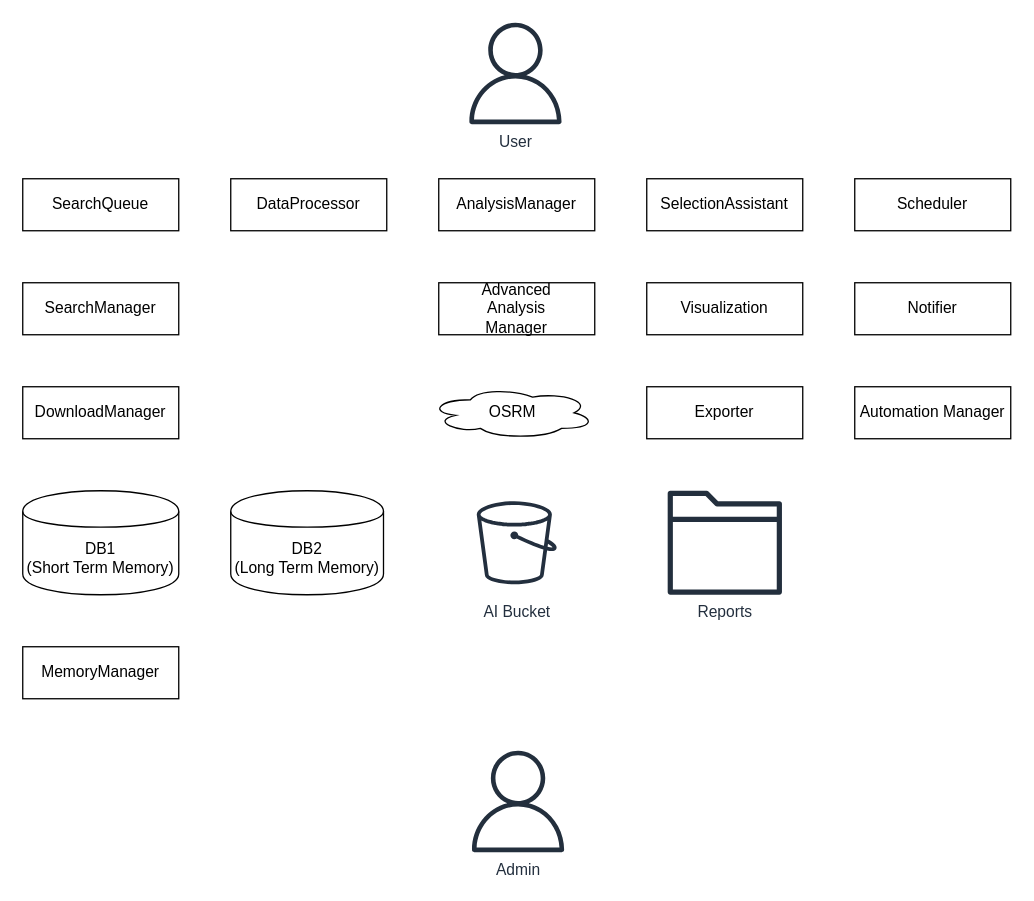
Earlier version of the draw.io diagram docs/estatesearch.drawio (CDMonsalveA/estateSearch). Source tidied: cells renumbered, new cells numbered last; positions are measured from the earlier drawing's top-left corner, leaving out a move shared by most shapes. Both pictures are drawn from the tidied source at 130%, with x=0, y=0 at pixel (22, 22).
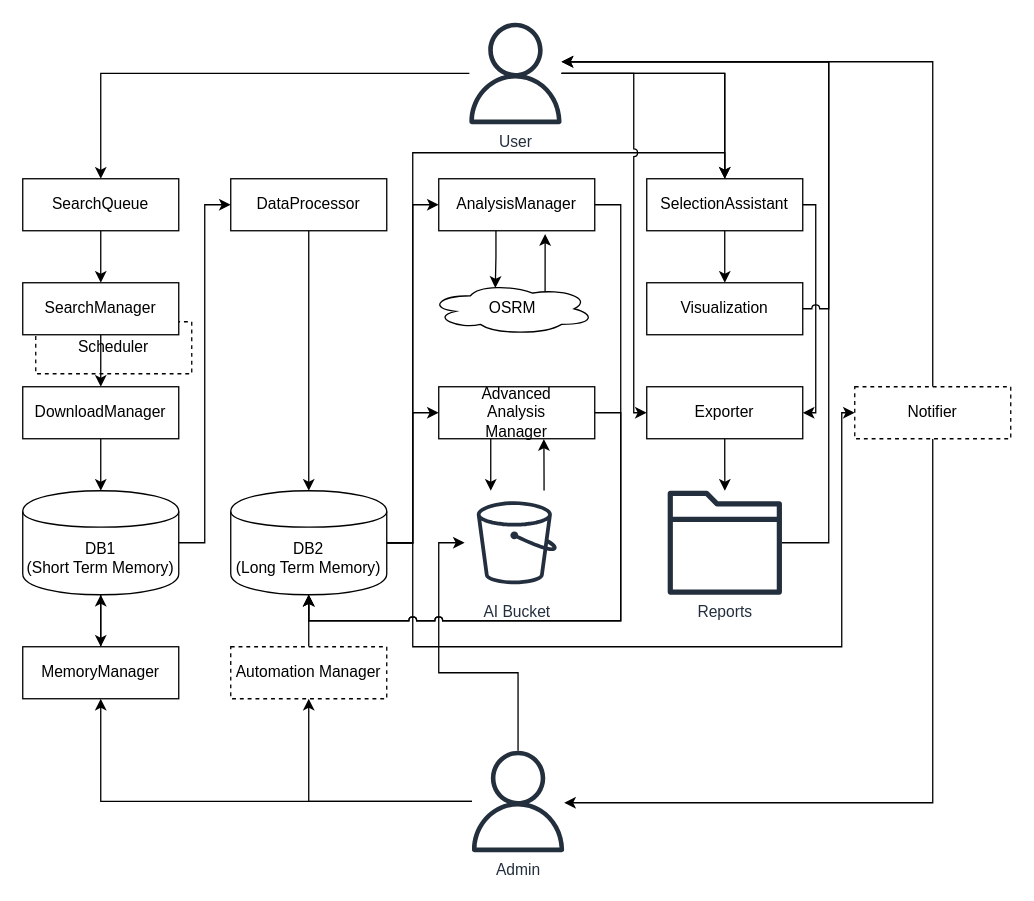
Above is the later version.

Unchanged cells that the change refers to:
```xml
<mxCell id="2" value="DB1&lt;div&gt;(Short Term Memory)&lt;/div&gt;" style="shape=cylinder;whiteSpace=wrap;html=1;boundedLbl=1;backgroundOutline=1;" parent="1" vertex="1">
  <mxGeometry y="360" width="120" height="80" as="geometry" />
</mxCell>
<mxCell id="4" value="User" style="sketch=0;outlineConnect=0;fontColor=#232F3E;gradientColor=none;fillColor=#232F3D;strokeColor=none;dashed=0;verticalLabelPosition=bottom;verticalAlign=top;align=center;html=1;fontSize=12;fontStyle=0;shape=mxgraph.aws4.user;" parent="1" vertex="1">
  <mxGeometry x="340" width="78" height="78" as="geometry" />
</mxCell>
<mxCell id="5" value="Admin" style="sketch=0;outlineConnect=0;fontColor=#232F3E;gradientColor=none;fillColor=#232F3D;strokeColor=none;dashed=0;verticalLabelPosition=bottom;verticalAlign=top;align=center;html=1;fontSize=12;fontStyle=0;shape=mxgraph.aws4.user;" parent="1" vertex="1">
  <mxGeometry x="342" y="560" width="78" height="78" as="geometry" />
</mxCell>
<mxCell id="7" value="SearchQueue" style="rounded=0;whiteSpace=wrap;html=1;" parent="1" vertex="1">
  <mxGeometry y="120" width="120" height="40" as="geometry" />
</mxCell>
<mxCell id="8" value="SearchManager" style="rounded=0;whiteSpace=wrap;html=1;" parent="1" vertex="1">
  <mxGeometry y="200" width="120" height="40" as="geometry" />
</mxCell>
<mxCell id="9" value="DownloadManager" style="rounded=0;whiteSpace=wrap;html=1;" parent="1" vertex="1">
  <mxGeometry y="280" width="120" height="40" as="geometry" />
</mxCell>
<mxCell id="10" value="AI Bucket" style="sketch=0;outlineConnect=0;fontColor=#232F3E;gradientColor=none;strokeColor=#232F3E;fillColor=#ffffff;dashed=0;verticalLabelPosition=bottom;verticalAlign=top;align=center;html=1;fontSize=12;fontStyle=0;shape=mxgraph.aws4.resourceIcon;resIcon=mxgraph.aws4.bucket;" parent="1" vertex="1">
  <mxGeometry x="340" y="360" width="80" height="80" as="geometry" />
</mxCell>
<mxCell id="11" value="DataProcessor" style="rounded=0;whiteSpace=wrap;html=1;" parent="1" vertex="1">
  <mxGeometry x="160" y="120" width="120" height="40" as="geometry" />
</mxCell>
<mxCell id="12" value="AnalysisManager" style="rounded=0;whiteSpace=wrap;html=1;" parent="1" vertex="1">
  <mxGeometry x="320" y="120" width="120" height="40" as="geometry" />
</mxCell>
<mxCell id="14" value="MemoryManager" style="rounded=0;whiteSpace=wrap;html=1;" parent="1" vertex="1">
  <mxGeometry y="480" width="120" height="40" as="geometry" />
</mxCell>
<mxCell id="15" value="SelectionAssistant" style="rounded=0;whiteSpace=wrap;html=1;" parent="1" vertex="1">
  <mxGeometry x="480" y="120" width="120" height="40" as="geometry" />
</mxCell>
<mxCell id="16" value="Visualization" style="rounded=0;whiteSpace=wrap;html=1;" parent="1" vertex="1">
  <mxGeometry x="480" y="200" width="120" height="40" as="geometry" />
</mxCell>
<mxCell id="17" value="Exporter" style="rounded=0;whiteSpace=wrap;html=1;" parent="1" vertex="1">
  <mxGeometry x="480" y="280" width="120" height="40" as="geometry" />
</mxCell>
<mxCell id="21" value="Reports" style="sketch=0;outlineConnect=0;fontColor=#232F3E;gradientColor=none;fillColor=#232F3D;strokeColor=none;dashed=0;verticalLabelPosition=bottom;verticalAlign=top;align=center;html=1;fontSize=12;fontStyle=0;shape=mxgraph.aws4.folder;" parent="1" vertex="1">
  <mxGeometry x="496.1" y="360" width="87.9" height="80" as="geometry" />
</mxCell>
```

Change to the diagram source:
```diff
@@
+    <mxCell id="18" value="Scheduler" style="rounded=0;whiteSpace=wrap;html=1;dashed=1;" parent="1" vertex="1">
+      <mxGeometry x="10" y="230" width="120" height="40" as="geometry" />
+    </mxCell>
+    <mxCell id="22" style="edgeStyle=orthogonalEdgeStyle;rounded=0;jettySize=auto;html=1;entryX=0;entryY=0.5;entryDx=0;entryDy=0;jumpStyle=arc;" parent="1" edge="1" source="2" target="11">
+      <mxGeometry relative="1" as="geometry" />
+    </mxCell>
+    <mxCell id="23" style="edgeStyle=orthogonalEdgeStyle;rounded=0;jettySize=auto;html=1;" parent="1" edge="1" source="2" target="14">
+      <mxGeometry relative="1" as="geometry" />
+    </mxCell>
@@
+    <mxCell id="24" style="edgeStyle=orthogonalEdgeStyle;rounded=0;jettySize=auto;html=1;entryX=0;entryY=0.5;entryDx=0;entryDy=0;strokeColor=default;jumpStyle=arc;" parent="1" edge="1" source="3" target="12">
+      <mxGeometry relative="1" as="geometry" />
+    </mxCell>
+    <mxCell id="25" style="edgeStyle=orthogonalEdgeStyle;rounded=0;jettySize=auto;html=1;entryX=0;entryY=0.5;entryDx=0;entryDy=0;" parent="1" edge="1" source="3" target="13">
+      <mxGeometry relative="1" as="geometry" />
+    </mxCell>
+    <mxCell id="26" style="edgeStyle=orthogonalEdgeStyle;rounded=0;jettySize=auto;html=1;entryX=0.5;entryY=0;entryDx=0;entryDy=0;jumpStyle=arc;" parent="1" edge="1" source="3" target="15">
+      <mxGeometry relative="1" as="geometry">
+        <Array as="points">
+          <mxPoint x="300" y="400" />
+          <mxPoint x="300" y="100" />
+          <mxPoint x="540" y="100" />
+        </Array>
+      </mxGeometry>
+    </mxCell>
+    <mxCell id="27" style="edgeStyle=orthogonalEdgeStyle;rounded=0;jettySize=auto;html=1;entryX=0;entryY=0.5;entryDx=0;entryDy=0;" parent="1" edge="1" source="3" target="19">
+      <mxGeometry relative="1" as="geometry">
+        <Array as="points">
+          <mxPoint x="300" y="400" />
+          <mxPoint x="300" y="480" />
+          <mxPoint x="630" y="480" />
+          <mxPoint x="630" y="300" />
+        </Array>
+      </mxGeometry>
+    </mxCell>
     <mxCell id="3" value="DB2&lt;div&gt;(Long Term Memory)&lt;/div&gt;" style="shape=cylinder;whiteSpace=wrap;html=1;boundedLbl=1;backgroundOutline=1;" parent="1" vertex="1">
-      <mxGeometry x="160" y="360" width="117.5" height="80" as="geometry" />
+      <mxGeometry x="160" y="360" width="120" height="80" as="geometry" />
     </mxCell>
+    <mxCell id="28" style="edgeStyle=orthogonalEdgeStyle;rounded=0;jettySize=auto;html=1;jumpStyle=arc;" parent="1" edge="1" source="4" target="7">
+      <mxGeometry relative="1" as="geometry" />
+    </mxCell>
+    <mxCell id="29" style="edgeStyle=orthogonalEdgeStyle;rounded=0;jettySize=auto;html=1;entryX=0.5;entryY=0;entryDx=0;entryDy=0;" parent="1" edge="1" source="4" target="15">
+      <mxGeometry relative="1" as="geometry" />
+    </mxCell>
+    <mxCell id="30" style="edgeStyle=orthogonalEdgeStyle;rounded=0;jettySize=auto;html=1;jumpStyle=arc;" parent="1" edge="1" source="4" target="16">
+      <mxGeometry relative="1" as="geometry" />
+    </mxCell>
+    <mxCell id="31" style="edgeStyle=orthogonalEdgeStyle;rounded=0;jettySize=auto;html=1;entryX=0;entryY=0.5;entryDx=0;entryDy=0;flowAnimation=0;curved=0;jumpStyle=arc;" parent="1" edge="1" source="4" target="17">
+      <mxGeometry relative="1" as="geometry">
+        <Array as="points">
+          <mxPoint x="470" y="39" />
+          <mxPoint x="470" y="300" />
+        </Array>
+      </mxGeometry>
+    </mxCell>
@@
+    <mxCell id="32" style="edgeStyle=orthogonalEdgeStyle;rounded=0;jettySize=auto;html=1;" parent="1" edge="1" source="5" target="14">
+      <mxGeometry relative="1" as="geometry" />
+    </mxCell>
+    <mxCell id="33" style="edgeStyle=orthogonalEdgeStyle;rounded=0;jettySize=auto;html=1;" parent="1" edge="1" source="5" target="10">
+      <mxGeometry relative="1" as="geometry">
+        <Array as="points">
+          <mxPoint x="381" y="500" />
+          <mxPoint x="320" y="500" />
+          <mxPoint x="320" y="400" />
+        </Array>
+      </mxGeometry>
+    </mxCell>
+    <mxCell id="34" style="edgeStyle=orthogonalEdgeStyle;rounded=0;jettySize=auto;html=1;entryX=0.5;entryY=1;entryDx=0;entryDy=0;" parent="1" edge="1" source="5" target="20">
+      <mxGeometry relative="1" as="geometry" />
+    </mxCell>
@@
+    <mxCell id="35" style="edgeStyle=orthogonalEdgeStyle;rounded=0;jettySize=auto;html=1;entryX=0.682;entryY=1.064;entryDx=0;entryDy=0;entryPerimeter=0;exitX=0.625;exitY=0.2;exitDx=0;exitDy=0;exitPerimeter=0;" parent="1" edge="1" source="6" target="12">
+      <mxGeometry relative="1" as="geometry">
+        <Array as="points">
+          <mxPoint x="402" y="208" />
+        </Array>
+      </mxGeometry>
+    </mxCell>
     <mxCell id="6" value="OSRM" style="ellipse;shape=cloud;whiteSpace=wrap;html=1;" parent="1" vertex="1">
-      <mxGeometry x="312.5" y="280" width="127.5" height="40" as="geometry" />
+      <mxGeometry x="312.5" y="200" width="127.5" height="40" as="geometry" />
     </mxCell>
+    <mxCell id="36" style="edgeStyle=orthogonalEdgeStyle;rounded=0;jettySize=auto;html=1;jumpStyle=arc;" parent="1" edge="1" source="7" target="8">
+      <mxGeometry relative="1" as="geometry" />
+    </mxCell>
@@
+    <mxCell id="37" style="edgeStyle=orthogonalEdgeStyle;rounded=0;jettySize=auto;html=1;jumpStyle=arc;" parent="1" edge="1" source="8" target="9">
+      <mxGeometry relative="1" as="geometry" />
+    </mxCell>
@@
+    <mxCell id="38" style="edgeStyle=orthogonalEdgeStyle;rounded=0;jettySize=auto;html=1;jumpStyle=arc;" parent="1" edge="1" source="9" target="2">
+      <mxGeometry relative="1" as="geometry" />
+    </mxCell>
@@
+    <mxCell id="39" style="edgeStyle=orthogonalEdgeStyle;rounded=0;jettySize=auto;html=1;entryX=0.674;entryY=1.006;entryDx=0;entryDy=0;entryPerimeter=0;" parent="1" edge="1" source="10" target="13">
+      <mxGeometry relative="1" as="geometry">
+        <Array as="points">
+          <mxPoint x="401" y="350" />
+          <mxPoint x="401" y="350" />
+        </Array>
+      </mxGeometry>
+    </mxCell>
@@
+    <mxCell id="40" style="edgeStyle=orthogonalEdgeStyle;rounded=0;jettySize=auto;html=1;entryX=0.5;entryY=0;entryDx=0;entryDy=0;jumpStyle=arc;" parent="1" edge="1" source="11" target="3">
+      <mxGeometry relative="1" as="geometry" />
+    </mxCell>
@@
+    <mxCell id="41" style="edgeStyle=orthogonalEdgeStyle;rounded=0;jettySize=auto;html=1;entryX=0.5;entryY=1;entryDx=0;entryDy=0;jumpStyle=arc;" parent="1" edge="1" source="12" target="3">
+      <mxGeometry relative="1" as="geometry">
+        <Array as="points">
+          <mxPoint x="460" y="140" />
+          <mxPoint x="460" y="460" />
+          <mxPoint x="220" y="460" />
+        </Array>
+      </mxGeometry>
+    </mxCell>
@@
+    <mxCell id="42" style="edgeStyle=orthogonalEdgeStyle;rounded=0;jettySize=auto;html=1;entryX=0.5;entryY=1;entryDx=0;entryDy=0;jumpStyle=arc;" parent="1" edge="1" source="13" target="3">
+      <mxGeometry relative="1" as="geometry">
+        <Array as="points">
+          <mxPoint x="460" y="300" />
+          <mxPoint x="460" y="460" />
+          <mxPoint x="220" y="460" />
+        </Array>
+      </mxGeometry>
+    </mxCell>
+    <mxCell id="43" style="edgeStyle=orthogonalEdgeStyle;rounded=0;jettySize=auto;html=1;" parent="1" edge="1" source="13" target="10">
+      <mxGeometry relative="1" as="geometry">
+        <Array as="points">
+          <mxPoint x="360" y="340" />
+          <mxPoint x="360" y="340" />
+        </Array>
+      </mxGeometry>
+    </mxCell>
     <mxCell id="13" value="Advanced&lt;div&gt;Analysis&lt;/div&gt;&lt;div&gt;Manager&lt;/div&gt;" style="rounded=0;whiteSpace=wrap;html=1;" parent="1" vertex="1">
-      <mxGeometry x="320" y="200" width="120" height="40" as="geometry" />
+      <mxGeometry x="320" y="280" width="120" height="40" as="geometry" />
     </mxCell>
+    <mxCell id="44" style="edgeStyle=orthogonalEdgeStyle;rounded=0;jettySize=auto;html=1;" parent="1" edge="1" source="14" target="2">
+      <mxGeometry relative="1" as="geometry" />
+    </mxCell>
@@
+    <mxCell id="45" style="edgeStyle=orthogonalEdgeStyle;rounded=0;jettySize=auto;html=1;jumpStyle=arc;" parent="1" edge="1" source="15" target="17">
+      <mxGeometry relative="1" as="geometry">
+        <Array as="points">
+          <mxPoint x="610" y="140" />
+          <mxPoint x="610" y="300" />
+        </Array>
+      </mxGeometry>
+    </mxCell>
@@
+    <mxCell id="46" style="edgeStyle=orthogonalEdgeStyle;rounded=0;jettySize=auto;html=1;jumpStyle=arc;" parent="1" edge="1" source="16" target="4">
+      <mxGeometry relative="1" as="geometry">
+        <Array as="points">
+          <mxPoint x="620" y="220" />
+          <mxPoint x="620" y="30" />
+        </Array>
+      </mxGeometry>
+    </mxCell>
@@
+    <mxCell id="47" style="edgeStyle=orthogonalEdgeStyle;rounded=0;jettySize=auto;html=1;" parent="1" edge="1" source="17" target="21">
+      <mxGeometry relative="1" as="geometry" />
+    </mxCell>
@@
-    <mxCell id="18" value="Scheduler" style="rounded=0;whiteSpace=wrap;html=1;" parent="1" vertex="1">
-      <mxGeometry x="640" y="120" width="120" height="40" as="geometry" />
-    </mxCell>
+    <mxCell id="48" style="edgeStyle=orthogonalEdgeStyle;rounded=0;jettySize=auto;html=1;" parent="1" edge="1" source="19" target="4">
+      <mxGeometry relative="1" as="geometry">
+        <Array as="points">
+          <mxPoint x="700" y="30" />
+        </Array>
+      </mxGeometry>
+    </mxCell>
+    <mxCell id="49" style="edgeStyle=orthogonalEdgeStyle;rounded=0;jettySize=auto;html=1;" parent="1" edge="1" source="19" target="5">
+      <mxGeometry relative="1" as="geometry">
+        <Array as="points">
+          <mxPoint x="700" y="600" />
+        </Array>
+      </mxGeometry>
+    </mxCell>
-    <mxCell id="19" value="Notifier" style="rounded=0;whiteSpace=wrap;html=1;" parent="1" vertex="1">
-      <mxGeometry x="640" y="200" width="120" height="40" as="geometry" />
+    <mxCell id="19" value="Notifier" style="rounded=0;whiteSpace=wrap;html=1;dashed=1;" parent="1" vertex="1">
+      <mxGeometry x="640" y="280" width="120" height="40" as="geometry" />
     </mxCell>
+    <mxCell id="50" style="edgeStyle=orthogonalEdgeStyle;rounded=0;jettySize=auto;html=1;" parent="1" edge="1" source="20" target="3">
+      <mxGeometry relative="1" as="geometry" />
+    </mxCell>
-    <mxCell id="20" value="Automation Manager" style="rounded=0;whiteSpace=wrap;html=1;" parent="1" vertex="1">
-      <mxGeometry x="640" y="280" width="120" height="40" as="geometry" />
+    <mxCell id="20" value="Automation Manager" style="rounded=0;whiteSpace=wrap;html=1;dashed=1;" parent="1" vertex="1">
+      <mxGeometry x="160" y="480" width="120" height="40" as="geometry" />
     </mxCell>
+    <mxCell id="51" style="edgeStyle=orthogonalEdgeStyle;rounded=0;jettySize=auto;html=1;" parent="1" edge="1" source="21" target="4">
+      <mxGeometry relative="1" as="geometry">
+        <Array as="points">
+          <mxPoint x="620" y="400" />
+          <mxPoint x="620" y="30" />
+        </Array>
+      </mxGeometry>
+    </mxCell>
@@
+    <mxCell id="52" style="edgeStyle=orthogonalEdgeStyle;rounded=0;jettySize=auto;html=1;entryX=0.4;entryY=0.1;entryDx=0;entryDy=0;entryPerimeter=0;" parent="1" edge="1" source="12" target="6">
+      <mxGeometry relative="1" as="geometry">
+        <Array as="points">
+          <mxPoint x="364" y="180" />
+          <mxPoint x="364" y="180" />
+        </Array>
+      </mxGeometry>
+    </mxCell>
```
